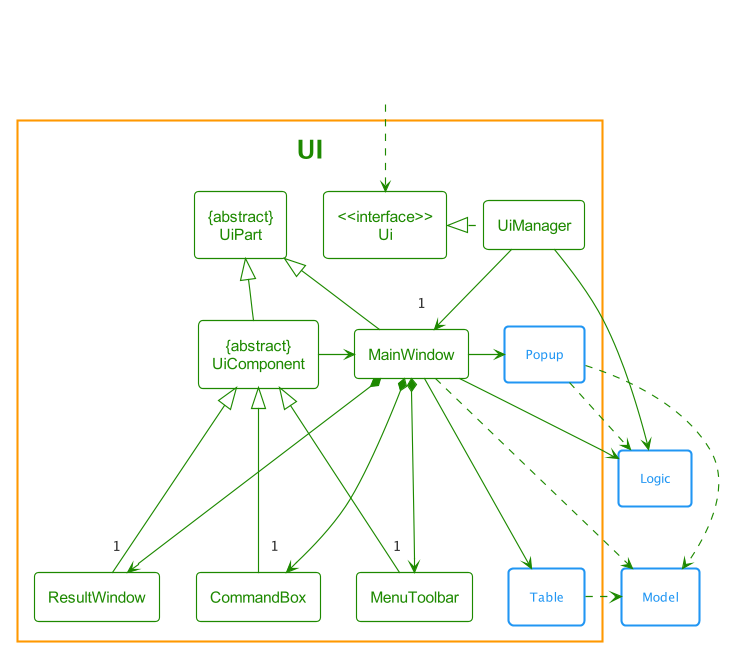
Before: docs/images/UiClassDiagram.png, a diagram exported from PlantUML (nus-cs2103-AY2122S2/tp).
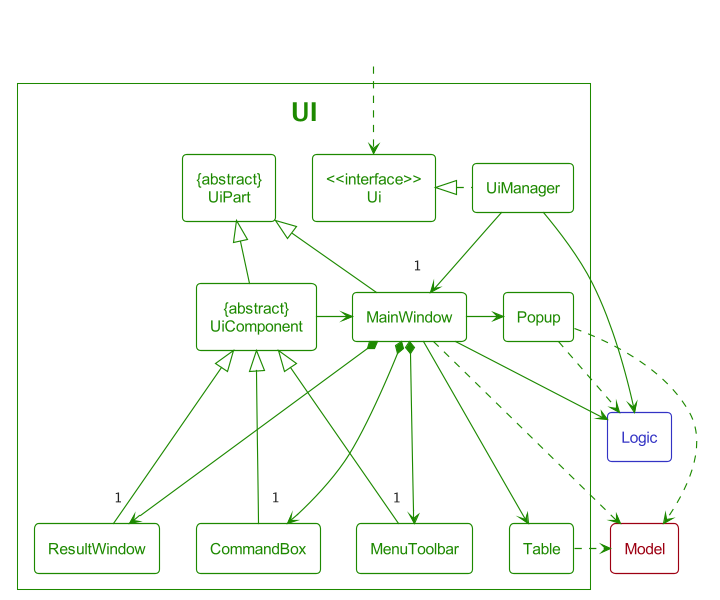
The same diagram one commit later.

Diff of the diagram source:
```diff
@@ -1,31 +1,24 @@
 @startuml
-!include style.puml
+!include Style.puml
 
 $OverrideTheme(UI_COLOR)
 
-package UI {
-    class "<<interface>>\nUi" as Ui
-    class "{abstract}\nUiPart" as UiPart
-    class "{abstract}\nUiComponent" as UiComponent
-    class UiManager
-    class MainWindow
-    class MenuToolbar
-    class CommandBox
-    class ResultWindow
+package UI as UiPackage<<Ui>> {
+    class "<<interface>>\nUi" as Ui<<Ui>>
+    class "{abstract}\nUiPart" as UiPart<<Ui>>
+    class "{abstract}\nUiComponent" as UiComponent<<Ui>>
+    class UiManager<<Ui>>
+    class MainWindow<<Ui>>
+    class MenuToolbar<<Ui>>
+    class CommandBox<<Ui>>
+    class ResultWindow<<Ui>>
 
-    package Table <<Rectangle>> {
-    }
-
-    package Popup <<Rectangle>> {
-    }
+    class Table<<Ui>>
+    class Popup<<Ui>>
 }
 
-package Model <<Rectangle>> {
-}
-
-package Logic <<Rectangle>> {
-}
-
+class Model<<Model>>
+class Logic<<Logic>>
 
 class HiddenOutside<<Hidden>>
 HiddenOutside ..> Ui
```
